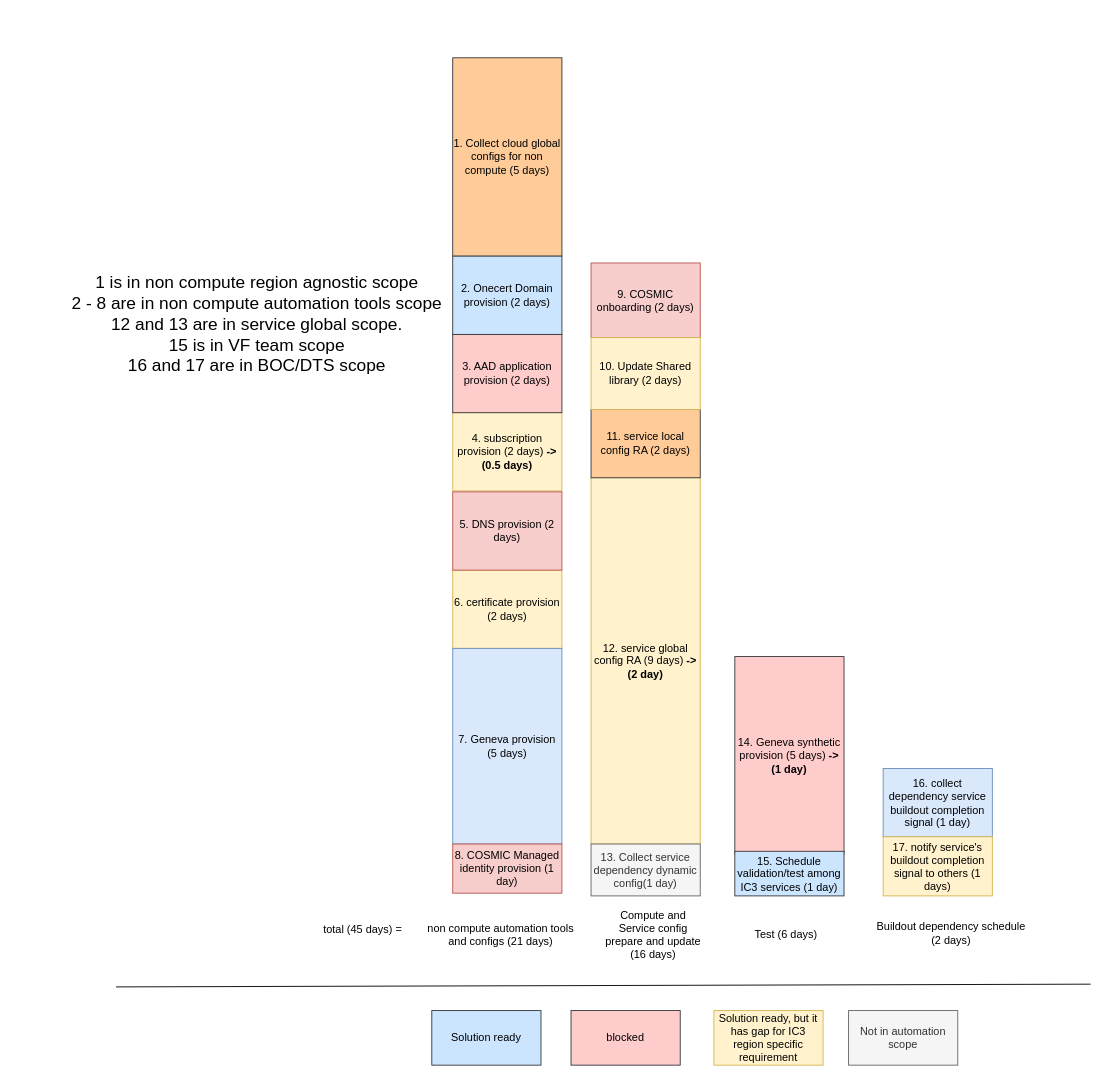
The draw.io diagram page "time cost" (8 of 10) of buildout.drawio in nonly/timewheel, before the edit. Source tidied: cells renumbered, new cells numbered last; positions are measured from the earlier drawing's top-left corner, leaving out a move shared by most shapes. Both pictures are drawn from the tidied source at 91%, with x=0, y=0 at pixel (15, 57).
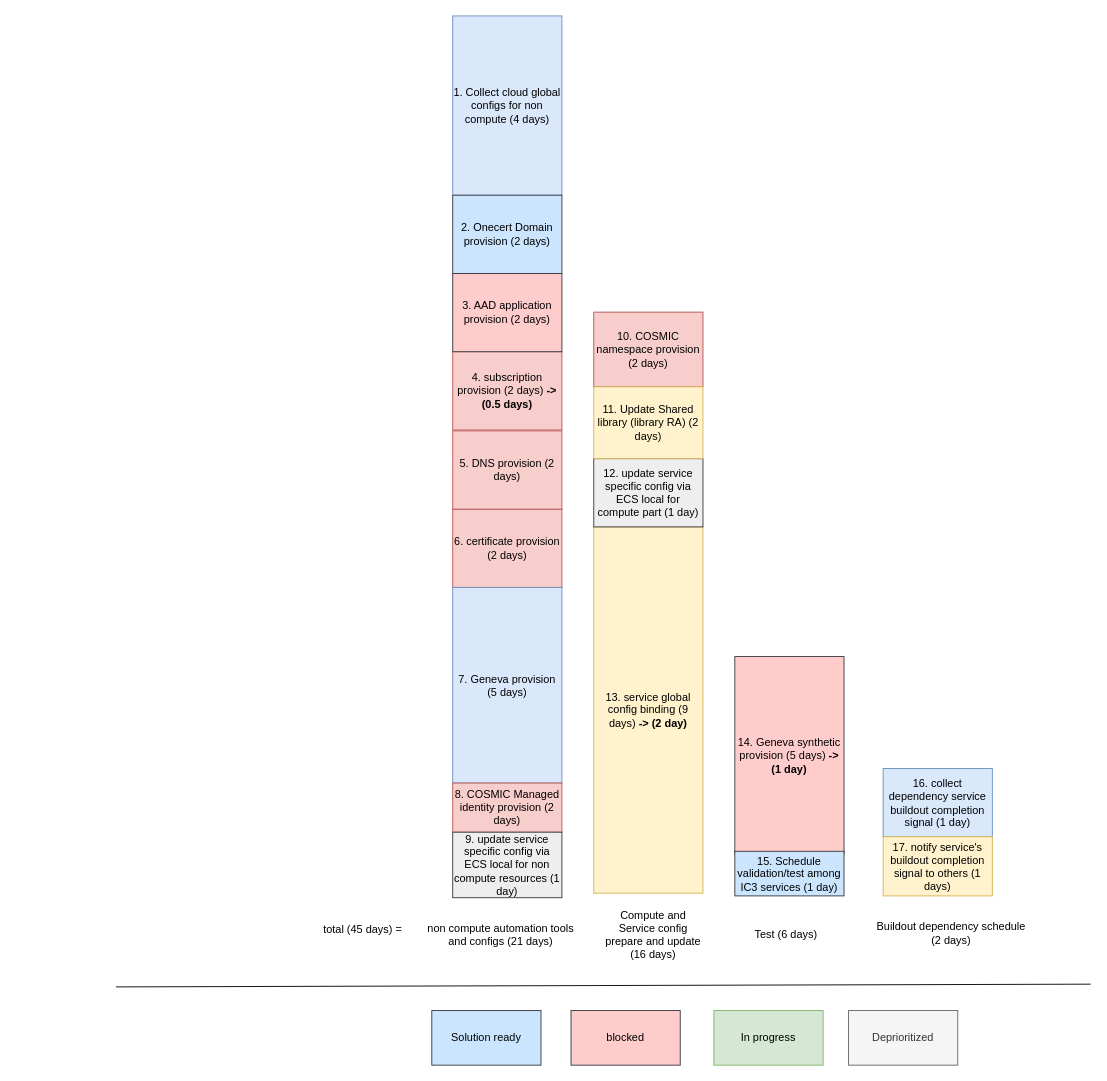
The same page after the edit.

The edit, as a diff of the source:
```diff
@@
-    <mxCell id="2" value="1. Collect cloud global configs for non compute (5 days)" style="rounded=0;whiteSpace=wrap;html=1;fillColor=#ffcc99;strokeColor=#36393d;" parent="1" vertex="1">
-      <mxGeometry x="480" width="120" height="218" as="geometry" />
+    <mxCell id="2" value="1. Collect cloud global configs for non compute (4 days)" style="rounded=0;whiteSpace=wrap;html=1;fillColor=#dae8fc;strokeColor=#6c8ebf;" parent="1" vertex="1">
+      <mxGeometry x="480" y="-46" width="120" height="197" as="geometry" />
     </mxCell>
-    <mxCell id="3" value="4. subscription provision (2 days)&lt;b&gt; -&amp;gt; (0.5 days)&lt;/b&gt;" style="rounded=0;whiteSpace=wrap;html=1;fillColor=#fff2cc;strokeColor=#d6b656;" parent="1" vertex="1">
-      <mxGeometry x="480" y="390" width="120" height="86" as="geometry" />
+    <mxCell id="3" value="4. subscription provision (2 days)&lt;b&gt; -&amp;gt; (0.5 days)&lt;/b&gt;" style="rounded=0;whiteSpace=wrap;html=1;fillColor=#f8cecc;strokeColor=#b85450;" parent="1" vertex="1">
+      <mxGeometry x="480" y="323" width="120" height="86" as="geometry" />
     </mxCell>
-    <mxCell id="4" value="6. certificate provision (2 days)" style="rounded=0;whiteSpace=wrap;html=1;fillColor=#fff2cc;strokeColor=#d6b656;" parent="1" vertex="1">
-      <mxGeometry x="480" y="563" width="120" height="86" as="geometry" />
+    <mxCell id="4" value="6. certificate provision (2 days)" style="rounded=0;whiteSpace=wrap;html=1;fillColor=#f8cecc;strokeColor=#b85450;" parent="1" vertex="1">
+      <mxGeometry x="480" y="496" width="120" height="86" as="geometry" />
     </mxCell>
     <mxCell id="5" value="7. Geneva provision (5 days)" style="rounded=0;whiteSpace=wrap;html=1;fillColor=#dae8fc;strokeColor=#6c8ebf;" parent="1" vertex="1">
-      <mxGeometry x="480" y="649" width="120" height="215" as="geometry" />
+      <mxGeometry x="480" y="582" width="120" height="215" as="geometry" />
     </mxCell>
     <mxCell id="6" value="5. DNS provision (2 days)" style="rounded=0;whiteSpace=wrap;html=1;fillColor=#f8cecc;strokeColor=#b85450;" parent="1" vertex="1">
-      <mxGeometry x="480" y="477" width="120" height="86" as="geometry" />
+      <mxGeometry x="480" y="410" width="120" height="86" as="geometry" />
     </mxCell>
@@
-    <mxCell id="8" value="12. service global config RA (9 days) &lt;b&gt;-&amp;gt; (2 day)&lt;/b&gt;" style="rounded=0;whiteSpace=wrap;html=1;fillColor=#fff2cc;strokeColor=#d6b656;" parent="1" vertex="1">
-      <mxGeometry x="632" y="461.5" width="120" height="402.5" as="geometry" />
+    <mxCell id="8" value="13. service global config binding (9 days) &lt;b&gt;-&amp;gt; (2 day)&lt;/b&gt;" style="rounded=0;whiteSpace=wrap;html=1;fillColor=#fff2cc;strokeColor=#d6b656;" parent="1" vertex="1">
+      <mxGeometry x="635" y="515.5" width="120" height="402.5" as="geometry" />
     </mxCell>
     <mxCell id="9" value="3. AAD application provision (2 days)" style="rounded=0;whiteSpace=wrap;html=1;fillColor=#ffcccc;strokeColor=#36393d;" parent="1" vertex="1">
-      <mxGeometry x="480" y="304" width="120" height="86" as="geometry" />
+      <mxGeometry x="480" y="237" width="120" height="86" as="geometry" />
     </mxCell>
     <mxCell id="10" value="2. Onecert Domain provision (2 days)" style="rounded=0;whiteSpace=wrap;html=1;fillColor=#cce5ff;strokeColor=#36393d;" parent="1" vertex="1">
-      <mxGeometry x="480" y="218" width="120" height="86" as="geometry" />
+      <mxGeometry x="480" y="151" width="120" height="86" as="geometry" />
     </mxCell>
@@
-    <mxCell id="12" value="9. COSMIC onboarding (2 days)" style="rounded=0;whiteSpace=wrap;html=1;fillColor=#f8cecc;strokeColor=#b85450;" parent="1" vertex="1">
-      <mxGeometry x="632" y="225.5" width="120" height="82" as="geometry" />
+    <mxCell id="12" value="10. COSMIC namespace provision (2 days)" style="rounded=0;whiteSpace=wrap;html=1;fillColor=#f8cecc;strokeColor=#b85450;" parent="1" vertex="1">
+      <mxGeometry x="635" y="279.5" width="120" height="82" as="geometry" />
     </mxCell>
@@
-    <mxCell id="17" value="11. service local config RA (2 days)" style="rounded=0;whiteSpace=wrap;html=1;fillColor=#ffcc99;strokeColor=#36393d;" parent="1" vertex="1">
-      <mxGeometry x="632" y="386.5" width="120" height="75" as="geometry" />
+    <mxCell id="17" value="12. update service specific config via ECS local for compute part (1 day)" style="rounded=0;whiteSpace=wrap;html=1;fillColor=#eeeeee;strokeColor=#36393d;" parent="1" vertex="1">
+      <mxGeometry x="635" y="440.5" width="120" height="75" as="geometry" />
     </mxCell>
-    <mxCell id="18" value="10. Update Shared library (2 days)" style="rounded=0;whiteSpace=wrap;html=1;fillColor=#fff2cc;strokeColor=#d6b656;" parent="1" vertex="1">
-      <mxGeometry x="632" y="307.5" width="120" height="79" as="geometry" />
+    <mxCell id="18" value="11. Update Shared library (library RA) (2 days)" style="rounded=0;whiteSpace=wrap;html=1;fillColor=#fff2cc;strokeColor=#d6b656;" parent="1" vertex="1">
+      <mxGeometry x="635" y="361.5" width="120" height="79" as="geometry" />
     </mxCell>
@@
-    <mxCell id="20" value="&lt;div style=&quot;font-size: 19px;&quot;&gt;&lt;font style=&quot;font-size: 19px;&quot;&gt;1 is in non compute region agnostic scope&lt;/font&gt;&lt;/div&gt;&lt;div style=&quot;font-size: 19px;&quot;&gt;&lt;font style=&quot;font-size: 19px;&quot;&gt;2 - 8 are in non compute automation tools scope&lt;/font&gt;&lt;/div&gt;&lt;font style=&quot;font-size: 19px;&quot;&gt;12 and 13 are in service global scope.&lt;/font&gt;&lt;div style=&quot;font-size: 19px;&quot;&gt;&lt;font style=&quot;font-size: 19px;&quot;&gt;15 is in VF team scope&lt;/font&gt;&lt;/div&gt;&lt;div style=&quot;font-size: 19px;&quot;&gt;&lt;font style=&quot;font-size: 19px;&quot;&gt;16 and 17 are in BOC/DTS scope&lt;/font&gt;&lt;/div&gt;&lt;div style=&quot;font-size: 19px;&quot;&gt;&lt;br&gt;&lt;/div&gt;" style="text;html=1;align=center;verticalAlign=middle;whiteSpace=wrap;rounded=0;" parent="1" vertex="1">
-      <mxGeometry y="290" width="530" height="30" as="geometry" />
-    </mxCell>
@@
-    <mxCell id="25" value="Solution ready, but it has gap for IC3 region specific requirement" style="rounded=0;whiteSpace=wrap;html=1;fillColor=#fff2cc;strokeColor=#d6b656;" parent="1" vertex="1">
+    <mxCell id="25" value="In progress" style="rounded=0;whiteSpace=wrap;html=1;fillColor=#d5e8d4;strokeColor=#82b366;" parent="1" vertex="1">
       <mxGeometry x="767" y="1047" width="120" height="60" as="geometry" />
     </mxCell>
@@
-    <mxCell id="27" value="Not in automation scope" style="rounded=0;whiteSpace=wrap;html=1;fillColor=#f5f5f5;strokeColor=#666666;fontColor=#333333;" parent="1" vertex="1">
+    <mxCell id="27" value="Deprioritized" style="rounded=0;whiteSpace=wrap;html=1;fillColor=#f5f5f5;strokeColor=#666666;fontColor=#333333;" parent="1" vertex="1">
       <mxGeometry x="915" y="1047" width="120" height="60" as="geometry" />
     </mxCell>
-    <mxCell id="28" value="13. Collect service dependency dynamic config(1 day)" style="rounded=0;whiteSpace=wrap;html=1;fillColor=#f5f5f5;fontColor=#333333;strokeColor=#666666;" parent="1" vertex="1">
-      <mxGeometry x="632" y="864" width="120" height="57" as="geometry" />
-    </mxCell>
-    <mxCell id="29" value="8. COSMIC Managed identity provision (1 day)" style="rounded=0;whiteSpace=wrap;html=1;fillColor=#f8cecc;strokeColor=#b85450;" parent="1" vertex="1">
-      <mxGeometry x="480" y="864" width="120" height="54" as="geometry" />
+    <mxCell id="29" value="8. COSMIC Managed identity provision (2 days)" style="rounded=0;whiteSpace=wrap;html=1;fillColor=#f8cecc;strokeColor=#b85450;" parent="1" vertex="1">
+      <mxGeometry x="480" y="797" width="120" height="54" as="geometry" />
     </mxCell>
+    <mxCell id="30" value="9. update service specific config via ECS local for non compute resources (1 day)" style="rounded=0;whiteSpace=wrap;html=1;fillColor=#eeeeee;strokeColor=#36393d;" parent="1" vertex="1">
+      <mxGeometry x="480" y="851" width="120" height="72" as="geometry" />
+    </mxCell>
```
